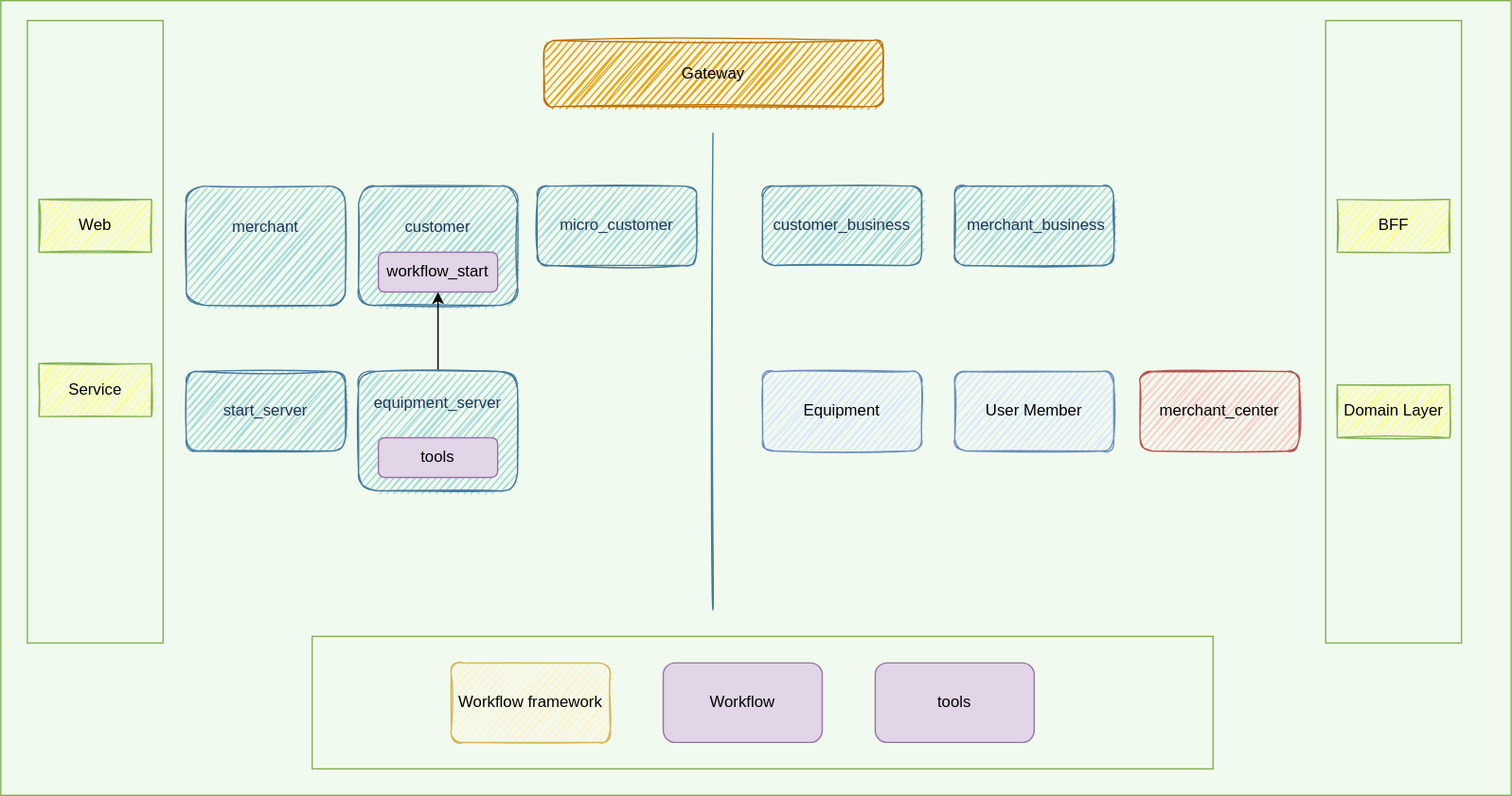
The draw.io diagram service layer.drawio.svg in jingwux/diagrams, before a commit. Source tidied: cells renumbered, new cells last; positions are measured from the earlier drawing's top-left corner, leaving out a move shared by most shapes.
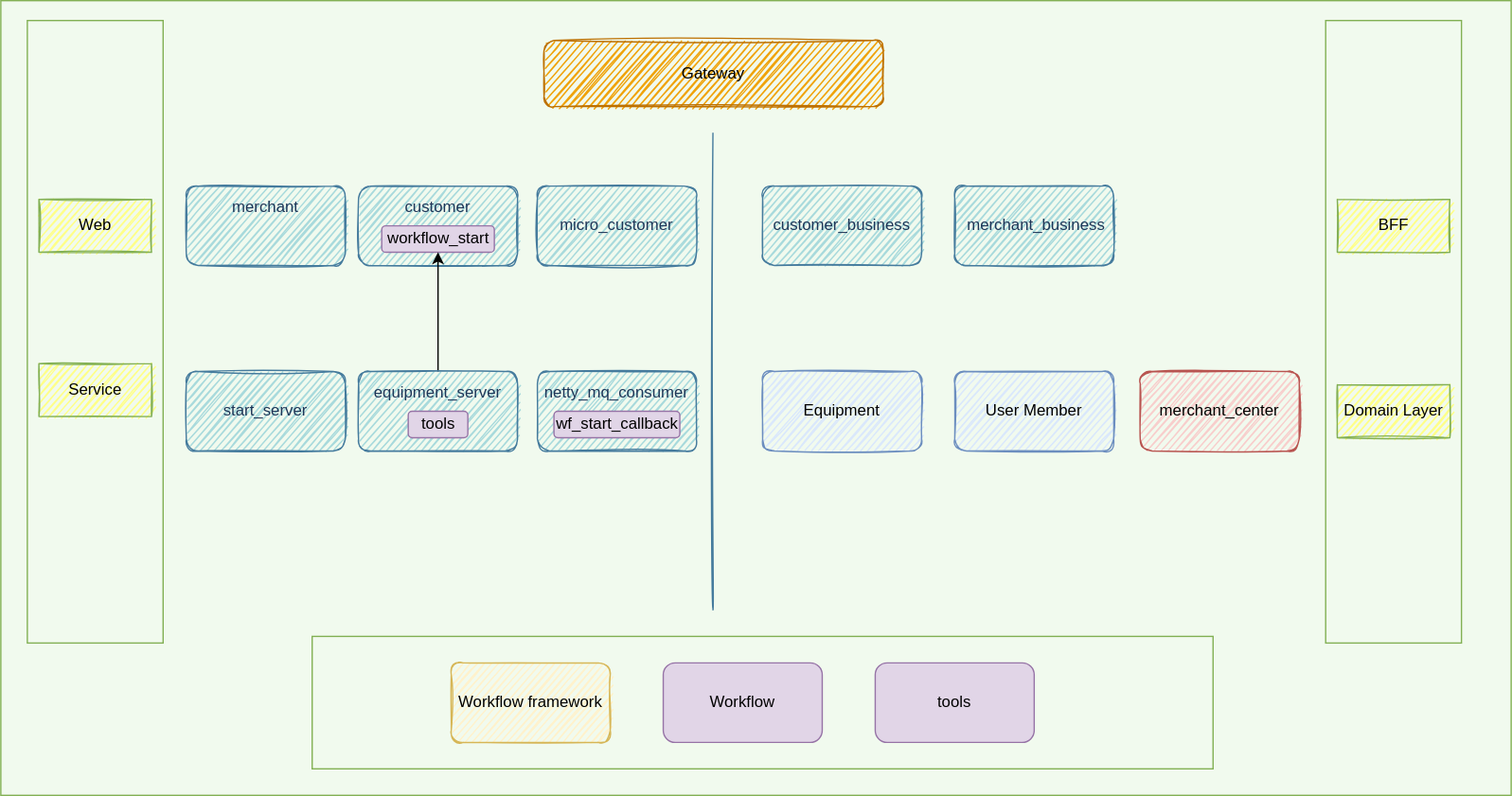
Above is the later version.

The edit, as a diff of the source:
```diff
@@ -48,10 +48,10 @@
       <mxGeometry x="28.8" y="274" width="85" height="40" as="geometry" />
     </mxCell>
     <mxCell id="16" value="merchant&lt;br&gt;&lt;br&gt;&lt;br&gt;" style="whiteSpace=wrap;html=1;fillColor=#A8DADC;strokeColor=#457B9D;fontColor=#1D3557;sketch=1;rounded=1;" parent="1" vertex="1">
-      <mxGeometry x="140" y="140" width="120" height="90" as="geometry" />
+      <mxGeometry x="140" y="140" width="120" height="60" as="geometry" />
     </mxCell>
     <mxCell id="17" value="customer&lt;br&gt;&lt;br&gt;&lt;br&gt;" style="whiteSpace=wrap;html=1;fillColor=#A8DADC;strokeColor=#457B9D;fontColor=#1D3557;sketch=1;rounded=1;" parent="1" vertex="1">
-      <mxGeometry x="270" y="140" width="120" height="90" as="geometry" />
+      <mxGeometry x="270" y="140" width="120" height="60" as="geometry" />
     </mxCell>
     <mxCell id="18" value="micro_customer" style="whiteSpace=wrap;html=1;fillColor=#A8DADC;strokeColor=#457B9D;fontColor=#1D3557;sketch=1;rounded=1;" parent="1" vertex="1">
       <mxGeometry x="405" y="140" width="120" height="60" as="geometry" />
@@ -69,19 +69,25 @@
       <mxGeometry x="140" y="280" width="120" height="60" as="geometry" />
     </mxCell>
     <mxCell id="23" value="workflow_start" style="rounded=1;whiteSpace=wrap;html=1;fillColor=#e1d5e7;strokeColor=#9673a6;sketch=0;" parent="1" vertex="1">
-      <mxGeometry x="285" y="190" width="90" height="30" as="geometry" />
+      <mxGeometry x="287.5" y="170" width="85" height="20" as="geometry" />
     </mxCell>
     <mxCell id="24" style="edgeStyle=orthogonalEdgeStyle;rounded=0;jettySize=auto;html=1;exitX=0.5;exitY=0;exitDx=0;exitDy=0;entryX=0.5;entryY=1;entryDx=0;entryDy=0;" parent="1" edge="1" source="25" target="23">
       <mxGeometry relative="1" as="geometry" />
     </mxCell>
-    <mxCell id="25" value="equipment_server&lt;br&gt;&lt;br&gt;&lt;br&gt;&lt;br&gt;" style="whiteSpace=wrap;html=1;fillColor=#A8DADC;strokeColor=#457B9D;fontColor=#1D3557;sketch=1;rounded=1;" parent="1" vertex="1">
-      <mxGeometry x="270" y="280" width="120" height="90" as="geometry" />
+    <mxCell id="25" value="equipment_server&lt;br&gt;&lt;br&gt;&lt;br&gt;" style="whiteSpace=wrap;html=1;fillColor=#A8DADC;strokeColor=#457B9D;fontColor=#1D3557;sketch=1;rounded=1;" parent="1" vertex="1">
+      <mxGeometry x="270" y="280" width="120" height="60" as="geometry" />
     </mxCell>
     <mxCell id="26" value="tools" style="rounded=1;whiteSpace=wrap;html=1;fillColor=#e1d5e7;strokeColor=#9673a6;sketch=0;" parent="1" vertex="1">
-      <mxGeometry x="285" y="330" width="90" height="30" as="geometry" />
+      <mxGeometry x="307.5" y="310" width="45" height="20" as="geometry" />
     </mxCell>
     <mxCell id="27" value="tools" style="whiteSpace=wrap;html=1;fillColor=#e1d5e7;strokeColor=#9673a6;sketch=0;rounded=1;" parent="1" vertex="1">
       <mxGeometry x="660" y="500" width="120" height="60" as="geometry" />
     </mxCell>
+    <mxCell id="28" value="netty_mq_consumer&lt;br&gt;&lt;br&gt;&lt;br&gt;" style="whiteSpace=wrap;html=1;fillColor=#A8DADC;strokeColor=#457B9D;fontColor=#1D3557;sketch=1;rounded=1;" parent="1" vertex="1">
+      <mxGeometry x="405" y="280" width="120" height="60" as="geometry" />
+    </mxCell>
+    <mxCell id="29" value="wf_start_callback" style="rounded=1;whiteSpace=wrap;html=1;fillColor=#e1d5e7;strokeColor=#9673a6;sketch=0;" parent="1" vertex="1">
+      <mxGeometry x="417.5" y="310" width="95" height="20" as="geometry" />
+    </mxCell>
   </root>
 </mxGraphModel>
```
